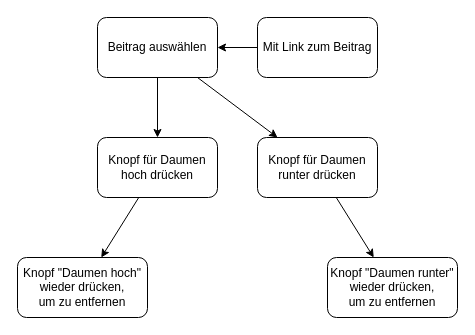
Above: UseCaseBeitragBewerten.drawio in AnoAsked/Documentation (draw.io), before the change. Source tidied: cells renumbered, new cells numbered last; positions are measured from the earlier drawing's top-left corner, leaving out a move shared by most shapes. Both pictures are drawn from the tidied source at 100%, with x=0, y=0 at pixel (17, 17).
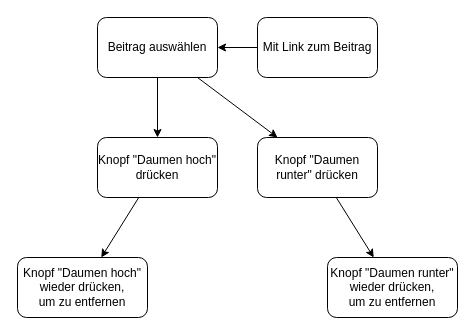
After the change.

The edit, as a diff of the source:
```diff
@@
 <mxGraphModel>
   <root>
     <mxCell id="0" />
     <mxCell id="1" parent="0" />
     <mxCell id="2" value="Beitrag auswählen" style="rounded=1;whiteSpace=wrap;html=1;" parent="1" vertex="1">
       <mxGeometry x="80" width="120" height="60" as="geometry" />
     </mxCell>
     <mxCell id="3" value="Mit Link zum Beitrag" style="rounded=1;whiteSpace=wrap;html=1;" parent="1" vertex="1">
       <mxGeometry x="240" width="120" height="60" as="geometry" />
     </mxCell>
     <mxCell id="4" style="endArrow=classic;html=1;rounded=0;" parent="1" edge="1" source="3" target="2">
       <mxGeometry relative="1" as="geometry" />
     </mxCell>
-    <mxCell id="5" value="Knopf für Daumen hoch drücken" style="rounded=1;whiteSpace=wrap;html=1;" parent="1" vertex="1">
+    <mxCell id="5" value="Knopf &quot;Daumen hoch&quot; drücken" style="rounded=1;whiteSpace=wrap;html=1;" parent="1" vertex="1">
       <mxGeometry x="80" y="120" width="120" height="60" as="geometry" />
     </mxCell>
-    <mxCell id="6" value="Knopf für Daumen runter drücken" style="rounded=1;whiteSpace=wrap;html=1;" parent="1" vertex="1">
+    <mxCell id="6" value="Knopf &quot;Daumen runter&quot; drücken" style="rounded=1;whiteSpace=wrap;html=1;" parent="1" vertex="1">
       <mxGeometry x="240" y="120" width="120" height="60" as="geometry" />
     </mxCell>
     <mxCell id="7" value="Knopf &quot;Daumen hoch&quot; wieder drücken,&lt;br&gt;um zu entfernen" style="rounded=1;whiteSpace=wrap;html=1;" parent="1" vertex="1">
       <mxGeometry y="240" width="130" height="60" as="geometry" />
     </mxCell>
     <mxCell id="8" value="Knopf &quot;Daumen runter&quot; wieder drücken,&lt;br&gt;um zu entfernen" style="rounded=1;whiteSpace=wrap;html=1;" parent="1" vertex="1">
       <mxGeometry x="310" y="240" width="130" height="60" as="geometry" />
     </mxCell>
     <mxCell id="9" style="endArrow=classic;html=1;rounded=0;" parent="1" edge="1" source="2" target="5">
       <mxGeometry relative="1" as="geometry" />
     </mxCell>
     <mxCell id="10" style="endArrow=classic;html=1;rounded=0;" parent="1" edge="1" source="2" target="6">
       <mxGeometry relative="1" as="geometry" />
     </mxCell>
     <mxCell id="11" style="endArrow=classic;html=1;rounded=0;" parent="1" edge="1" source="5" target="7">
       <mxGeometry relative="1" as="geometry" />
     </mxCell>
     <mxCell id="12" style="endArrow=classic;html=1;rounded=0;" parent="1" edge="1" source="6" target="8">
       <mxGeometry relative="1" as="geometry" />
     </mxCell>
   </root>
 </mxGraphModel>
```
